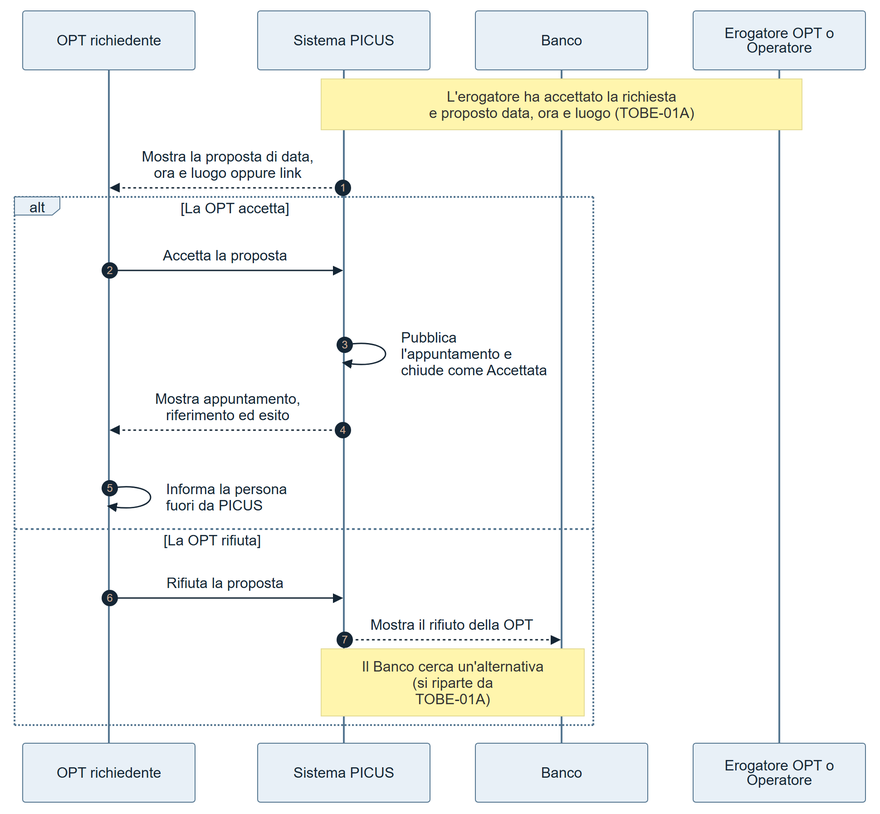
Above: docs/requirements/diagrams/to-be/TOBE-01B-appuntamento-esito.png in Pinguini-alla-Fragola/Progetto-SAD (Mermaid), before the change. Its source is kept beside it as docs/requirements/diagrams/to-be/TOBE-01B-appuntamento-esito.mmd.
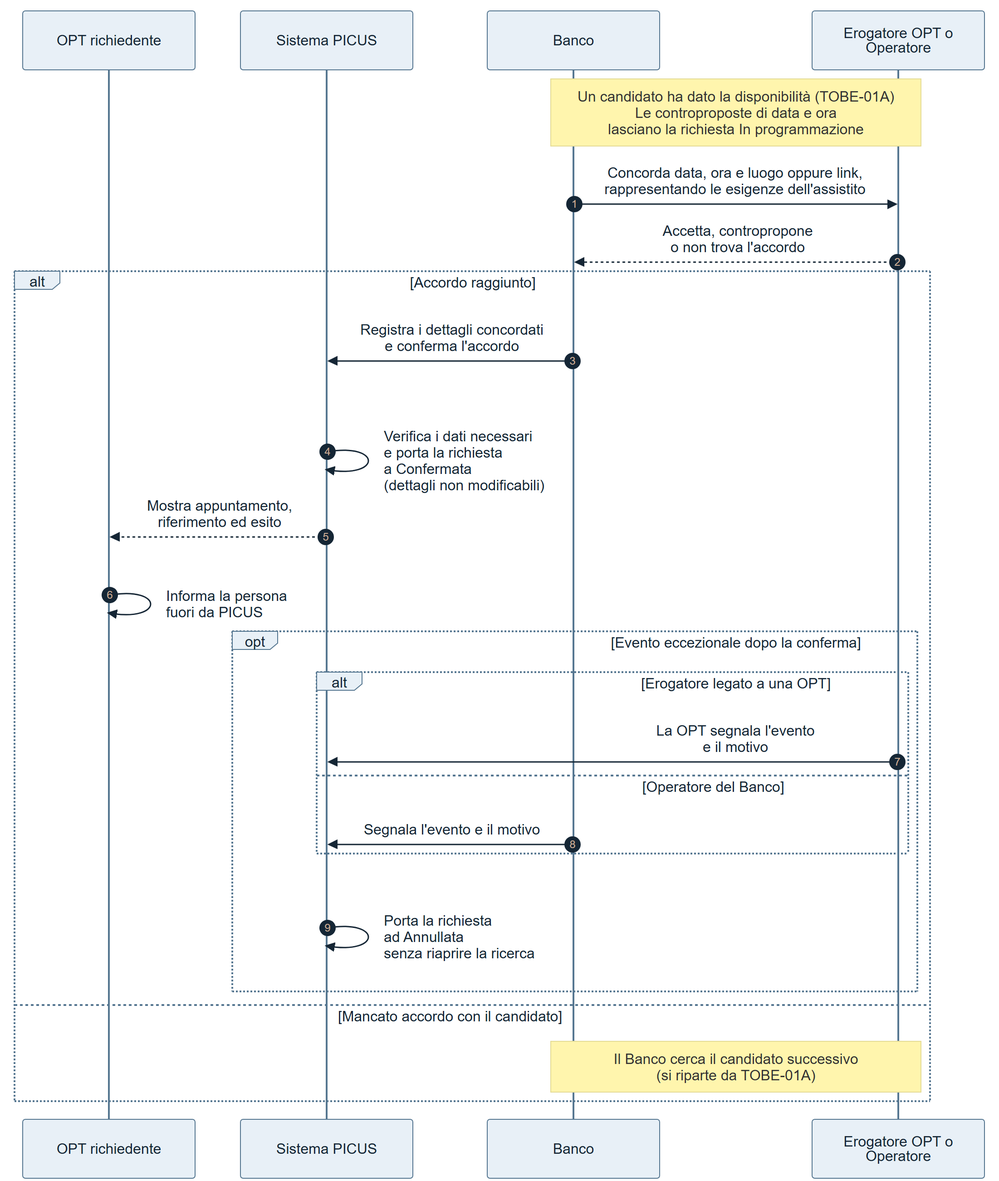
The same file after the commit.

Change to the diagram source:
```diff
@@ -5,15 +5,22 @@
     participant B as Banco
     participant E as Erogatore OPT o Operatore
 
-    Note over S,E: L'erogatore ha accettato la richiesta<br/>e proposto data, ora e luogo (TOBE-01A)
-    S-->>R: Mostra la proposta di data,<br/>ora e luogo oppure link
-    alt La OPT accetta
-        R->>S: Accetta la proposta
-        S->>S: Pubblica<br/>l'appuntamento e<br/>chiude come Accettata
+    Note over B,E: Un candidato ha dato la disponibilità (TOBE-01A)<br/>Le controproposte di data e ora<br/>lasciano la richiesta In programmazione
+    B->>E: Concorda data, ora e luogo oppure link,<br/>rappresentando le esigenze dell'assistito
+    E-->>B: Accetta, contropropone<br/>o non trova l'accordo
+    alt Accordo raggiunto
+        B->>S: Registra i dettagli concordati<br/>e conferma l'accordo
+        S->>S: Verifica i dati necessari<br/>e porta la richiesta<br/>a Confermata<br/>(dettagli non modificabili)
         S-->>R: Mostra appuntamento,<br/>riferimento ed esito
         R->>R: Informa la persona<br/>fuori da PICUS
-    else La OPT rifiuta
-        R->>S: Rifiuta la proposta
-        S-->>B: Mostra il rifiuto della OPT
-        Note over S,B: Il Banco cerca un'alternativa<br/>(si riparte da TOBE-01A)
+        opt Evento eccezionale dopo la conferma
+            alt Erogatore legato a una OPT
+                E->>S: La OPT segnala l'evento<br/>e il motivo
+            else Operatore del Banco
+                B->>S: Segnala l'evento e il motivo
+            end
+            S->>S: Porta la richiesta<br/>ad Annullata<br/>senza riaprire la ricerca
+        end
+    else Mancato accordo con il candidato
+        Note over B,E: Il Banco cerca il candidato successivo<br/>(si riparte da TOBE-01A)
     end
```
